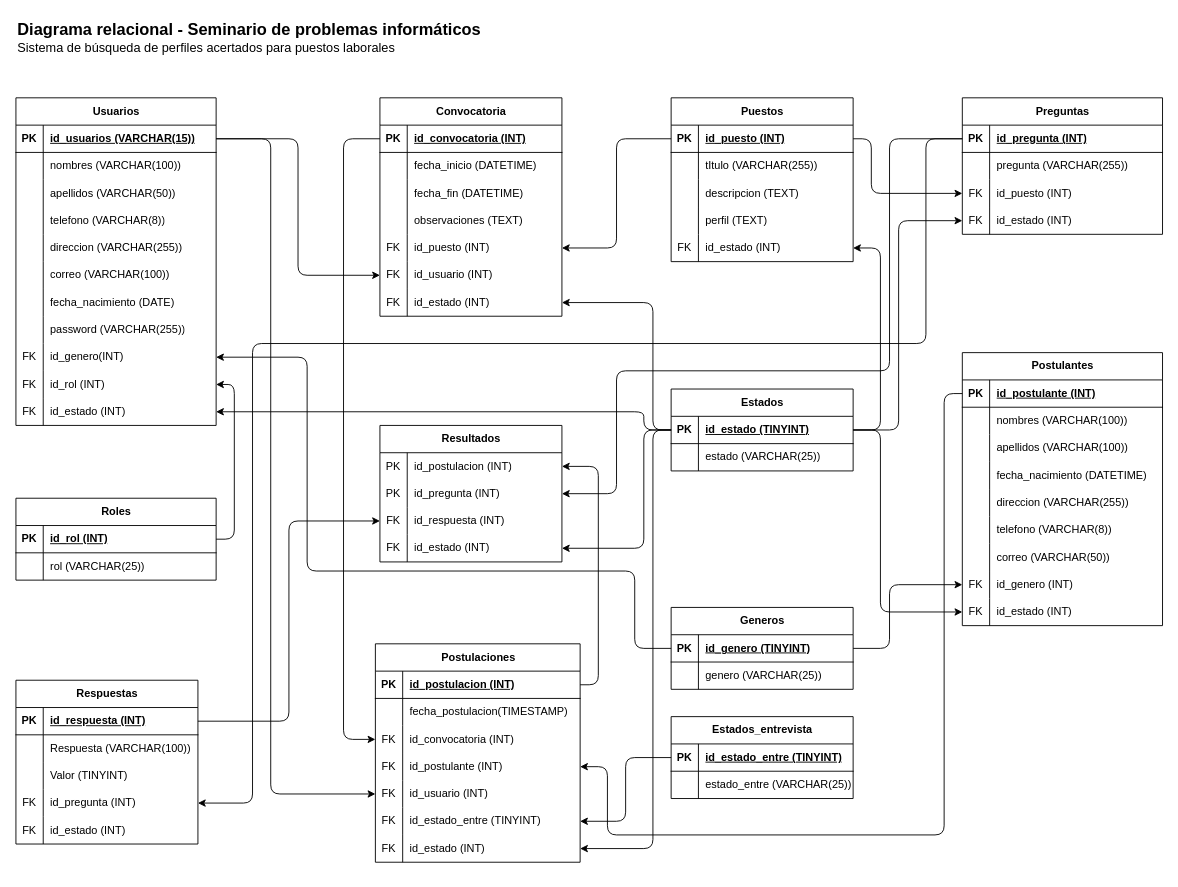
The draw.io diagram bd/diagrama-relacional.drawio in maykchom/seminario-proyecto, before the edit. Source tidied: cells renumbered, new cells numbered last; positions are measured from the earlier drawing's top-left corner, leaving out a move shared by most shapes. Both pictures are drawn from the tidied source at 91%, with x=0, y=0 at pixel (15, 15).
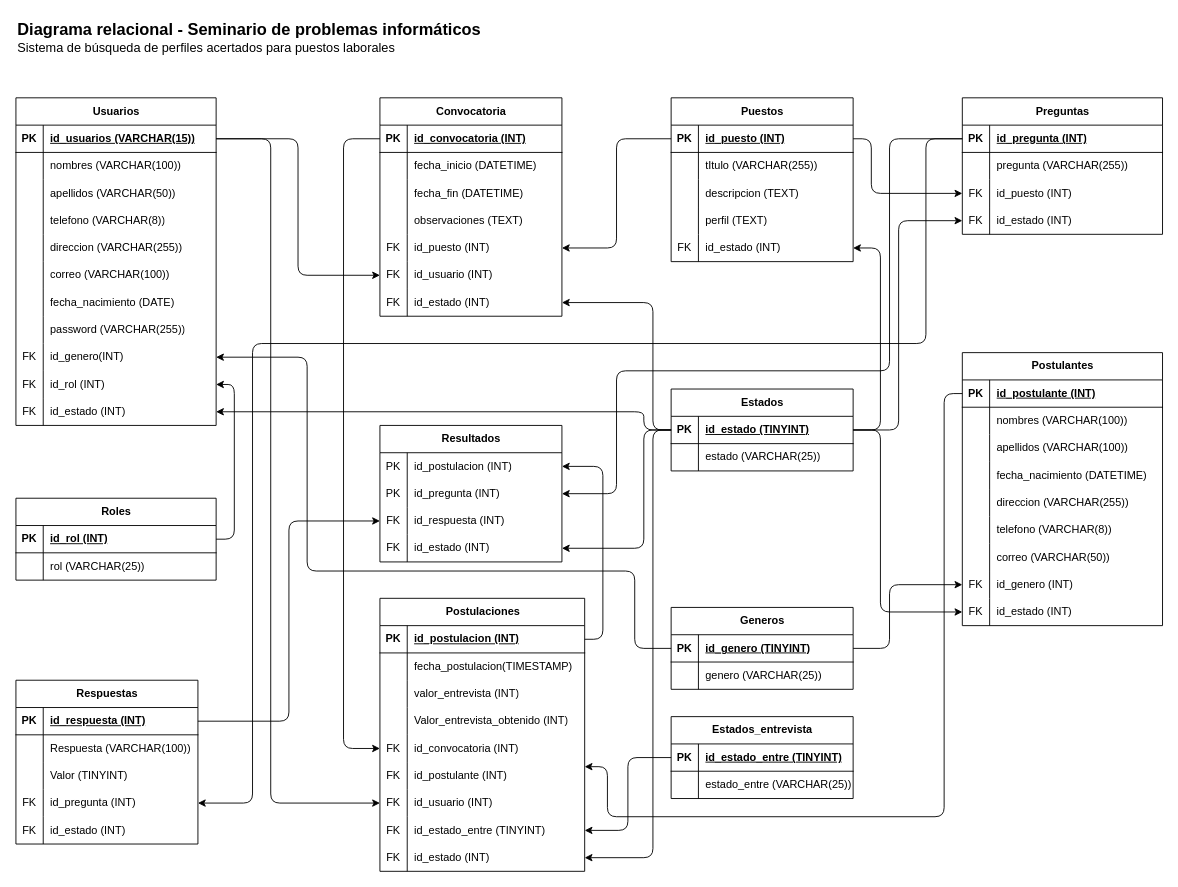
The same diagram, later.

The change refers to these unchanged cells:
```xml
<mxCell id="3" style="shape=tableRow;horizontal=0;startSize=0;swimlaneHead=0;swimlaneBody=0;fillColor=none;points=[[0,0.5],[1,0.5]];portConstraint=eastwest;top=0;left=0;right=0;bottom=1;" parent="2" vertex="1">
  <mxGeometry y="30" width="200" height="30" as="geometry" />
</mxCell>
<mxCell id="25" style="shape=tableRow;horizontal=0;startSize=0;swimlaneHead=0;swimlaneBody=0;fillColor=none;points=[[0,0.5],[1,0.5]];portConstraint=eastwest;top=0;left=0;right=0;bottom=1;" parent="24" vertex="1">
  <mxGeometry y="30" width="220" height="30" as="geometry" />
</mxCell>
<mxCell id="118" style="shape=tableRow;horizontal=0;startSize=0;swimlaneHead=0;swimlaneBody=0;fillColor=none;points=[[0,0.5],[1,0.5]];portConstraint=eastwest;top=0;left=0;right=0;bottom=1;" parent="117" vertex="1">
  <mxGeometry y="30" width="200" height="30" as="geometry" />
</mxCell>
<mxCell id="134" style="shape=tableRow;horizontal=0;startSize=0;swimlaneHead=0;swimlaneBody=0;fillColor=none;points=[[0,0.5],[1,0.5]];portConstraint=eastwest;top=0;left=0;right=0;bottom=1;" parent="133" vertex="1">
  <mxGeometry y="30" width="220" height="30" as="geometry" />
</mxCell>
```

Diff of the diagram source:
```diff
@@
     <mxCell id="127" style="edgeStyle=orthogonalEdgeStyle;rounded=1;jettySize=auto;html=1;exitX=0;exitY=0.5;exitDx=0;exitDy=0;entryX=0;entryY=0.5;entryDx=0;entryDy=0;" parent="1" edge="1" source="3" target="181">
       <mxGeometry relative="1" as="geometry">
         <Array as="points">
           <mxPoint x="360" y="135" />
-          <mxPoint x="360" y="795" />
+          <mxPoint x="360" y="805" />
         </Array>
       </mxGeometry>
     </mxCell>
@@
     <mxCell id="130" style="edgeStyle=orthogonalEdgeStyle;rounded=1;jettySize=auto;html=1;exitX=0;exitY=0.5;exitDx=0;exitDy=0;" parent="1" edge="1" source="25" target="184">
       <mxGeometry relative="1" as="geometry">
         <Array as="points">
           <mxPoint x="1020" y="415" />
-          <mxPoint x="1020" y="900" />
-          <mxPoint x="650" y="900" />
+          <mxPoint x="1020" y="880" />
+          <mxPoint x="650" y="880" />
           <mxPoint x="650" y="825" />
         </Array>
       </mxGeometry>
     </mxCell>
@@
     <mxCell id="174" value="Postulaciones" style="shape=table;startSize=30;childLayout=tableLayout;rowLines=0;fontStyle=1;align=center;html=1;" parent="1" vertex="1">
-      <mxGeometry x="395" y="690" width="225" height="240" as="geometry" />
+      <mxGeometry x="400" y="640" width="225" height="300" as="geometry" />
     </mxCell>
@@
+    <mxCell id="218" style="shape=tableRow;horizontal=0;startSize=0;swimlaneHead=0;swimlaneBody=0;fillColor=none;top=0;left=0;right=0;bottom=0;" parent="174" vertex="1">
+      <mxGeometry y="90" width="225" height="30" as="geometry" />
+    </mxCell>
+    <mxCell id="219" style="shape=partialRectangle;fillColor=none;top=0;left=0;bottom=0;right=0;overflow=hidden;whiteSpace=wrap;html=1;" parent="218" vertex="1">
+      <mxGeometry width="30" height="30" as="geometry" />
+    </mxCell>
+    <mxCell id="220" value="valor_entrevista (INT)" style="shape=partialRectangle;fillColor=none;top=0;left=0;bottom=0;right=0;align=left;spacingLeft=6;overflow=hidden;whiteSpace=wrap;html=1;" parent="218" vertex="1">
+      <mxGeometry x="30" width="195" height="30" as="geometry" />
+    </mxCell>
+    <mxCell id="221" style="shape=tableRow;horizontal=0;startSize=0;swimlaneHead=0;swimlaneBody=0;fillColor=none;top=0;left=0;right=0;bottom=0;" parent="174" vertex="1">
+      <mxGeometry y="120" width="225" height="30" as="geometry" />
+    </mxCell>
+    <mxCell id="222" style="shape=partialRectangle;fillColor=none;top=0;left=0;bottom=0;right=0;overflow=hidden;whiteSpace=wrap;html=1;" parent="221" vertex="1">
+      <mxGeometry width="30" height="30" as="geometry" />
+    </mxCell>
+    <mxCell id="223" value="Valor_entrevista_obtenido (INT)" style="shape=partialRectangle;fillColor=none;top=0;left=0;bottom=0;right=0;align=left;spacingLeft=6;overflow=hidden;whiteSpace=wrap;html=1;" parent="221" vertex="1">
+      <mxGeometry x="30" width="195" height="30" as="geometry" />
+    </mxCell>
     <mxCell id="181" style="shape=tableRow;horizontal=0;startSize=0;swimlaneHead=0;swimlaneBody=0;fillColor=none;points=[[0,0.5],[1,0.5]];portConstraint=eastwest;top=0;left=0;right=0;bottom=0;" parent="174" vertex="1">
-      <mxGeometry y="90" width="225" height="30" as="geometry" />
+      <mxGeometry y="150" width="225" height="30" as="geometry" />
     </mxCell>
@@
     <mxCell id="184" style="shape=tableRow;horizontal=0;startSize=0;swimlaneHead=0;swimlaneBody=0;fillColor=none;points=[[0,0.5],[1,0.5]];portConstraint=eastwest;top=0;left=0;right=0;bottom=0;" parent="174" vertex="1">
-      <mxGeometry y="120" width="225" height="30" as="geometry" />
+      <mxGeometry y="180" width="225" height="30" as="geometry" />
     </mxCell>
@@
     <mxCell id="187" style="shape=tableRow;horizontal=0;startSize=0;swimlaneHead=0;swimlaneBody=0;fillColor=none;points=[[0,0.5],[1,0.5]];portConstraint=eastwest;top=0;left=0;right=0;bottom=0;" parent="174" vertex="1">
-      <mxGeometry y="150" width="225" height="30" as="geometry" />
+      <mxGeometry y="210" width="225" height="30" as="geometry" />
     </mxCell>
@@
     <mxCell id="190" style="shape=tableRow;horizontal=0;startSize=0;swimlaneHead=0;swimlaneBody=0;fillColor=none;points=[[0,0.5],[1,0.5]];portConstraint=eastwest;top=0;left=0;right=0;bottom=0;" parent="174" vertex="1">
-      <mxGeometry y="180" width="225" height="30" as="geometry" />
+      <mxGeometry y="240" width="225" height="30" as="geometry" />
     </mxCell>
@@
     <mxCell id="193" style="shape=tableRow;horizontal=0;startSize=0;swimlaneHead=0;swimlaneBody=0;fillColor=none;points=[[0,0.5],[1,0.5]];portConstraint=eastwest;top=0;left=0;right=0;bottom=0;" parent="174" vertex="1">
-      <mxGeometry y="210" width="225" height="30" as="geometry" />
+      <mxGeometry y="270" width="225" height="30" as="geometry" />
     </mxCell>
@@
     <mxCell id="200" style="edgeStyle=orthogonalEdgeStyle;rounded=1;jettySize=auto;html=1;exitX=0;exitY=0.5;exitDx=0;exitDy=0;entryX=1;entryY=0.5;entryDx=0;entryDy=0;" parent="1" edge="1" source="118" target="193">
       <mxGeometry relative="1" as="geometry">
         <Array as="points">
           <mxPoint x="700" y="455" />
-          <mxPoint x="700" y="915" />
+          <mxPoint x="700" y="925" />
         </Array>
       </mxGeometry>
     </mxCell>
@@
     <mxCell id="206" style="edgeStyle=orthogonalEdgeStyle;rounded=1;jettySize=auto;html=1;exitX=1;exitY=0.5;exitDx=0;exitDy=0;entryX=0;entryY=0.5;entryDx=0;entryDy=0;" parent="1" edge="1" source="134" target="187">
       <mxGeometry relative="1" as="geometry">
         <Array as="points">
           <mxPoint x="280" y="135" />
-          <mxPoint x="280" y="855" />
+          <mxPoint x="280" y="865" />
         </Array>
       </mxGeometry>
     </mxCell>
```
